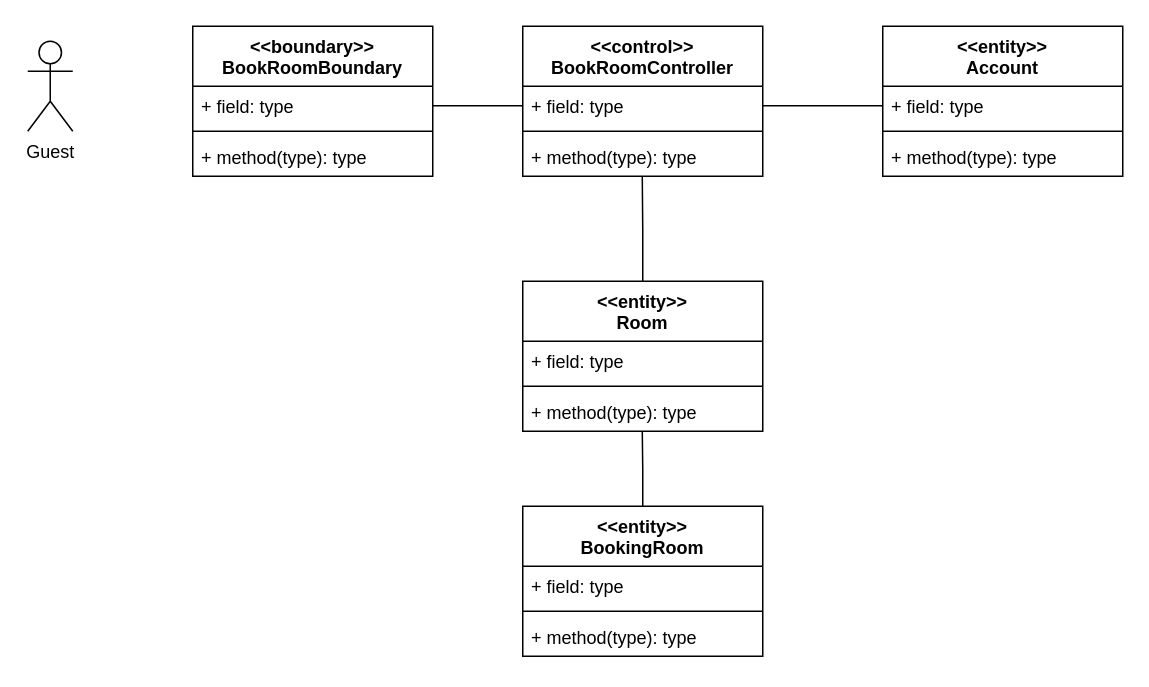
nic-agos/DoveStudi keeps this draw.io diagram as Docs/VoPC/VoPC BookRoom.drawio. Above is the earlier version. Source tidied: cells renumbered, new cells numbered last; positions are measured from the earlier drawing's top-left corner, leaving out a move shared by most shapes. Both pictures are drawn from the tidied source at 150%, with x=0, y=0 at pixel (27, 26).
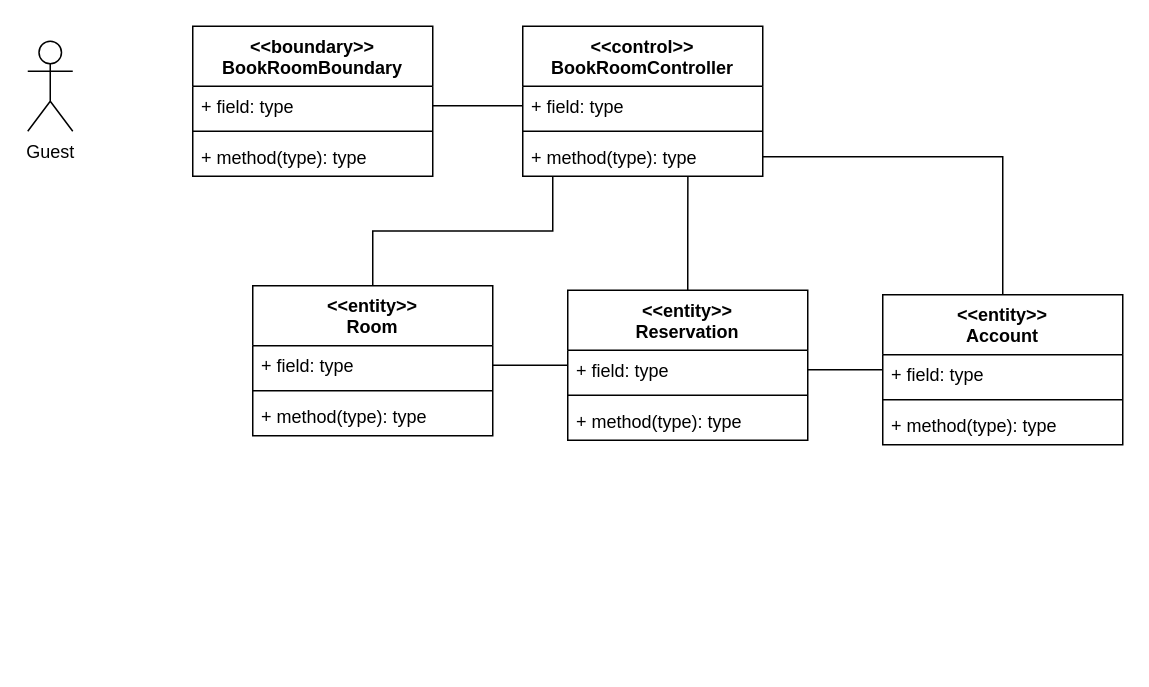
The same diagram, later.

Unchanged cells that the change refers to:
```xml
<mxCell id="4" value="+ field: type" style="text;strokeColor=none;fillColor=none;align=left;verticalAlign=top;spacingLeft=4;spacingRight=4;overflow=hidden;points=[[0,0.5],[1,0.5]];portConstraint=eastwest;" parent="3" vertex="1">
  <mxGeometry y="40" width="160" height="26" as="geometry" />
</mxCell>
<mxCell id="8" value="+ field: type" style="text;strokeColor=none;fillColor=none;align=left;verticalAlign=top;spacingLeft=4;spacingRight=4;overflow=hidden;points=[[0,0.5],[1,0.5]];portConstraint=eastwest;" parent="7" vertex="1">
  <mxGeometry y="40" width="160" height="26" as="geometry" />
</mxCell>
<mxCell id="10" value="+ method(type): type" style="text;strokeColor=none;fillColor=none;align=left;verticalAlign=top;spacingLeft=4;spacingRight=4;overflow=hidden;points=[[0,0.5],[1,0.5]];portConstraint=eastwest;" parent="7" vertex="1">
  <mxGeometry y="74" width="160" height="26" as="geometry" />
</mxCell>
<mxCell id="18" value="+ field: type" style="text;strokeColor=none;fillColor=none;align=left;verticalAlign=top;spacingLeft=4;spacingRight=4;overflow=hidden;points=[[0,0.5],[1,0.5]];portConstraint=eastwest;" parent="17" vertex="1">
  <mxGeometry y="40" width="160" height="26" as="geometry" />
</mxCell>
<mxCell id="20" value="+ method(type): type" style="text;strokeColor=none;fillColor=none;align=left;verticalAlign=top;spacingLeft=4;spacingRight=4;overflow=hidden;points=[[0,0.5],[1,0.5]];portConstraint=eastwest;" parent="17" vertex="1">
  <mxGeometry y="74" width="160" height="26" as="geometry" />
</mxCell>
<mxCell id="23" value="+ field: type" style="text;strokeColor=none;fillColor=none;align=left;verticalAlign=top;spacingLeft=4;spacingRight=4;overflow=hidden;points=[[0,0.5],[1,0.5]];portConstraint=eastwest;" parent="22" vertex="1">
  <mxGeometry y="40" width="160" height="26" as="geometry" />
</mxCell>
```

Diff of the diagram source:
```diff
@@
-    <mxCell id="2" style="edgeStyle=orthogonalEdgeStyle;rounded=0;jettySize=auto;html=1;exitX=0.5;exitY=0;exitDx=0;exitDy=0;entryX=0.498;entryY=0.995;entryDx=0;entryDy=0;entryPerimeter=0;endArrow=none;endFill=0;" parent="1" edge="1" source="3" target="20">
-      <mxGeometry relative="1" as="geometry" />
-    </mxCell>
+    <mxCell id="27" style="edgeStyle=orthogonalEdgeStyle;rounded=0;jettySize=auto;html=1;exitX=0.5;exitY=0;exitDx=0;exitDy=0;entryX=0.688;entryY=1;entryDx=0;entryDy=0;entryPerimeter=0;endArrow=none;endFill=0;" parent="1" edge="1" source="3" target="10">
+      <mxGeometry relative="1" as="geometry" />
+    </mxCell>
-    <mxCell id="3" value="&lt;&lt;entity&gt;&gt;&#10;BookingRoom" style="swimlane;fontStyle=1;align=center;verticalAlign=top;horizontal=1;startSize=40;" parent="1" vertex="1">
-      <mxGeometry x="330" y="320" width="160" height="100" as="geometry" />
+    <mxCell id="3" value="&lt;&lt;entity&gt;&gt;&#10;Reservation" style="swimlane;fontStyle=1;align=center;verticalAlign=top;horizontal=1;startSize=40;" parent="1" vertex="1">
+      <mxGeometry x="360" y="176" width="160" height="100" as="geometry" />
     </mxCell>
@@
-    <mxCell id="16" style="edgeStyle=orthogonalEdgeStyle;rounded=0;jettySize=auto;html=1;exitX=0.5;exitY=0;exitDx=0;exitDy=0;entryX=0.498;entryY=1;entryDx=0;entryDy=0;entryPerimeter=0;endArrow=none;endFill=0;" parent="1" edge="1" source="17" target="10">
+    <mxCell id="16" style="edgeStyle=orthogonalEdgeStyle;rounded=0;jettySize=auto;html=1;exitX=0.5;exitY=0;exitDx=0;exitDy=0;entryX=0.125;entryY=1;entryDx=0;entryDy=0;entryPerimeter=0;endArrow=none;endFill=0;" parent="1" edge="1" source="17" target="10">
       <mxGeometry relative="1" as="geometry" />
     </mxCell>
     <mxCell id="17" value="&lt;&lt;entity&gt;&gt;&#10;Room" style="swimlane;fontStyle=1;align=center;verticalAlign=top;horizontal=1;startSize=40;" parent="1" vertex="1">
-      <mxGeometry x="330" y="170" width="160" height="100" as="geometry" />
+      <mxGeometry x="150" y="173" width="160" height="100" as="geometry" />
     </mxCell>
@@
+    <mxCell id="28" style="edgeStyle=orthogonalEdgeStyle;rounded=0;jettySize=auto;html=1;exitX=0.5;exitY=0;exitDx=0;exitDy=0;entryX=1;entryY=0.5;entryDx=0;entryDy=0;endArrow=none;endFill=0;" parent="1" edge="1" source="22" target="10">
+      <mxGeometry relative="1" as="geometry" />
+    </mxCell>
     <mxCell id="22" value="&lt;&lt;entity&gt;&gt;&#10;Account" style="swimlane;fontStyle=1;align=center;verticalAlign=top;horizontal=1;startSize=40;" parent="1" vertex="1">
-      <mxGeometry x="570" width="160" height="100" as="geometry" />
+      <mxGeometry x="570" y="179" width="160" height="100" as="geometry" />
     </mxCell>
@@
-    <mxCell id="26" style="edgeStyle=orthogonalEdgeStyle;rounded=0;jettySize=auto;html=1;entryX=0;entryY=0.5;entryDx=0;entryDy=0;endArrow=none;endFill=0;" parent="1" edge="1" source="8" target="23">
-      <mxGeometry relative="1" as="geometry" />
-    </mxCell>
+    <mxCell id="29" style="edgeStyle=orthogonalEdgeStyle;rounded=0;jettySize=auto;html=1;exitX=1;exitY=0.5;exitDx=0;exitDy=0;entryX=0;entryY=0.5;entryDx=0;entryDy=0;endArrow=none;endFill=0;" parent="1" edge="1" source="18" target="3">
+      <mxGeometry relative="1" as="geometry" />
+    </mxCell>
+    <mxCell id="30" style="edgeStyle=orthogonalEdgeStyle;rounded=0;jettySize=auto;html=1;exitX=1;exitY=0.5;exitDx=0;exitDy=0;entryX=0;entryY=0.5;entryDx=0;entryDy=0;endArrow=none;endFill=0;" parent="1" edge="1" source="4" target="22">
+      <mxGeometry relative="1" as="geometry" />
+    </mxCell>
```
